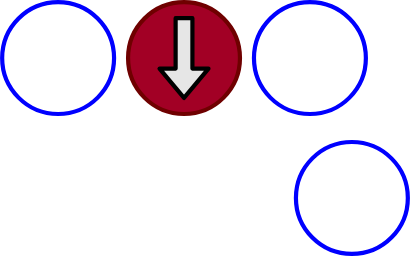
Before: StreetFighter6/images/m2___.svg, a diagram exported from draw.io (yamasdais/notebook). Source tidied: cells renumbered, new cells last; positions are measured from the earlier drawing's top-left corner, leaving out a move shared by most shapes. Source of this version:
```xml
<mxGraphModel>
  <root>
    <mxCell id="0" />
    <mxCell id="1" parent="0" />
    <mxCell id="2" style="ellipse;whiteSpace=wrap;html=1;strokeWidth=3;fillColor=none;strokeColor=#0000FF;" parent="1" vertex="1">
      <mxGeometry width="80" height="80" as="geometry" />
    </mxCell>
    <mxCell id="3" style="group;rotation=-90;" parent="1" vertex="1">
      <mxGeometry x="90" width="80" height="80" as="geometry" />
    </mxCell>
    <mxCell id="4" style="ellipse;whiteSpace=wrap;html=1;strokeWidth=3;fillColor=#a20025;fontColor=#ffffff;strokeColor=#6F0000;rotation=-90;" parent="3" vertex="1">
      <mxGeometry width="80" height="80" as="geometry" />
    </mxCell>
    <mxCell id="5" style="shape=flexArrow;endArrow=classic;html=1;strokeWidth=3;strokeColor=default;fillColor=#E6E6E6;" parent="3" edge="1">
      <mxGeometry relative="1" as="geometry">
        <mxPoint x="40" y="10" as="sourcePoint" />
        <mxPoint x="40" y="70" as="targetPoint" />
      </mxGeometry>
    </mxCell>
    <mxCell id="6" style="ellipse;whiteSpace=wrap;html=1;strokeWidth=3;fillColor=none;strokeColor=#0000FF;" parent="1" vertex="1">
      <mxGeometry x="210" y="100" width="80" height="80" as="geometry" />
    </mxCell>
    <mxCell id="7" style="ellipse;whiteSpace=wrap;html=1;strokeWidth=3;fillColor=none;strokeColor=#0000FF;" parent="1" vertex="1">
      <mxGeometry x="180" width="80" height="80" as="geometry" />
    </mxCell>
  </root>
</mxGraphModel>
```
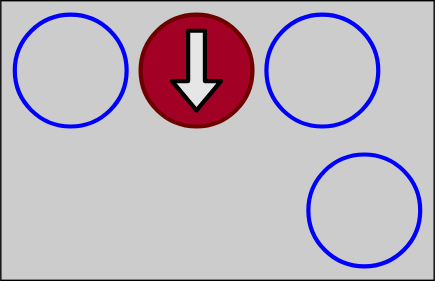
Later version of the same file.

Diff of the diagram source:
```diff
@@ -2,6 +2,9 @@
   <root>
     <mxCell id="0" />
     <mxCell id="1" parent="0" />
+    <mxCell id="8" style="rounded=0;whiteSpace=wrap;html=1;fillColor=#CCCCCC;" parent="1" vertex="1">
+      <mxGeometry x="-10" y="-10" width="310" height="200" as="geometry" />
+    </mxCell>
     <mxCell id="2" style="ellipse;whiteSpace=wrap;html=1;strokeWidth=3;fillColor=none;strokeColor=#0000FF;" parent="1" vertex="1">
       <mxGeometry width="80" height="80" as="geometry" />
     </mxCell>
```
